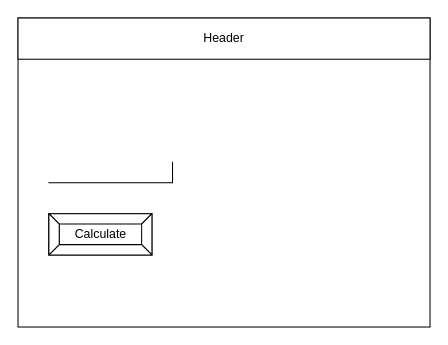
The draw.io diagram design/story-board.drawio in brennan-lee/ICS2O-5-04, before the edit. Source tidied: cells renumbered, new cells numbered last; positions are measured from the earlier drawing's top-left corner, leaving out a move shared by most shapes. Both pictures are drawn from the tidied source at 103%, with x=0, y=0 at pixel (18, 18).
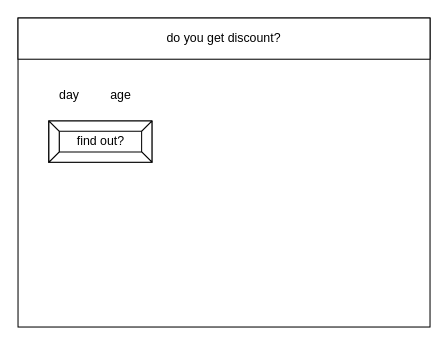
After the change.

Commit message (it also covers changes not shown here):
flow and story board

What changed in the source:
```diff
@@
 <mxGraphModel>
   <root>
     <mxCell id="0" />
     <mxCell id="1" parent="0" />
     <mxCell id="2" style="rounded=0;whiteSpace=wrap;html=1;" parent="1" vertex="1">
       <mxGeometry width="400" height="300" as="geometry" />
     </mxCell>
-    <mxCell id="3" value="Header" style="rounded=0;whiteSpace=wrap;html=1;" parent="1" vertex="1">
+    <mxCell id="3" value="do you get discount?" style="rounded=0;whiteSpace=wrap;html=1;" parent="1" vertex="1">
       <mxGeometry width="400" height="40" as="geometry" />
     </mxCell>
-    <mxCell id="4" style="shape=partialRectangle;whiteSpace=wrap;html=1;top=0;left=0;fillColor=none;" parent="1" vertex="1">
-      <mxGeometry x="30" y="140" width="120" height="20" as="geometry" />
-    </mxCell>
-    <mxCell id="5" value="Calculate" style="labelPosition=center;verticalLabelPosition=middle;align=center;html=1;shape=mxgraph.basic.button;dx=10;" parent="1" vertex="1">
-      <mxGeometry x="30" y="190" width="100" height="40" as="geometry" />
+    <mxCell id="5" value="find out?" style="labelPosition=center;verticalLabelPosition=middle;align=center;html=1;shape=mxgraph.basic.button;dx=10;" parent="1" vertex="1">
+      <mxGeometry x="30" y="100" width="100" height="40" as="geometry" />
     </mxCell>
+    <mxCell id="6" value="day" style="text;html=1;strokeColor=none;fillColor=none;align=center;verticalAlign=middle;whiteSpace=wrap;rounded=0;" parent="1" vertex="1">
+      <mxGeometry x="20" y="60" width="60" height="30" as="geometry" />
+    </mxCell>
+    <mxCell id="7" value="age" style="text;html=1;strokeColor=none;fillColor=none;align=center;verticalAlign=middle;whiteSpace=wrap;rounded=0;" parent="1" vertex="1">
+      <mxGeometry x="70" y="60" width="60" height="30" as="geometry" />
+    </mxCell>
   </root>
 </mxGraphModel>
```
